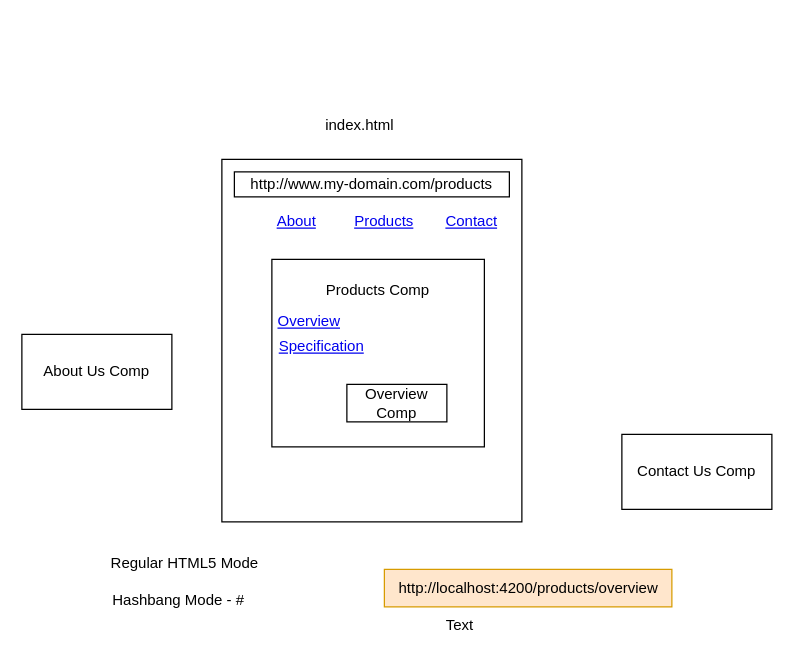
The draw.io diagram page "Page-9" (8 of 8) of refs/ng-diagrams.drawio in synergy2411/dec-24-ng, before the edit. Source tidied: cells renumbered, new cells numbered last; positions are measured from the earlier drawing's top-left corner, leaving out a move shared by most shapes. Both pictures are drawn from the tidied source at 125%, with x=0, y=0 at pixel (21, 106).
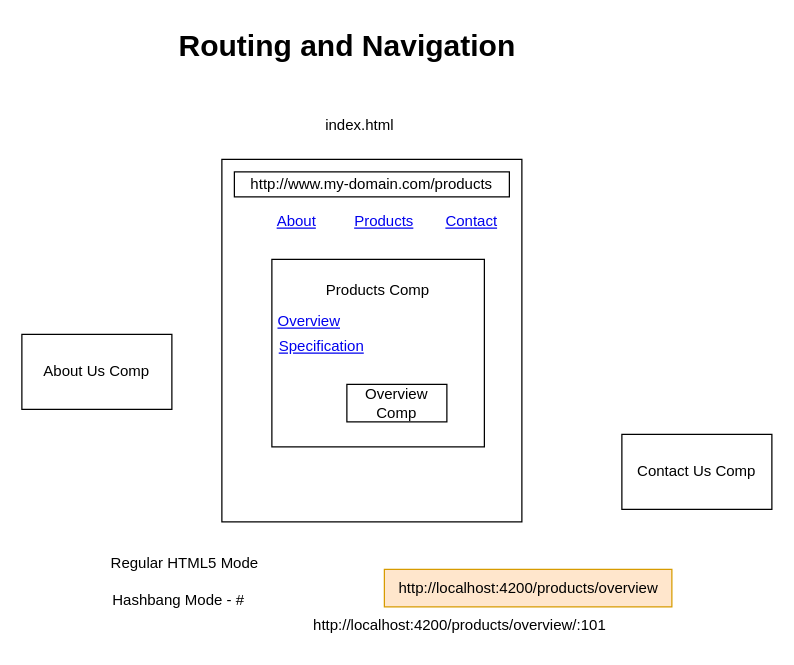
Above is the later version.

Diff of the diagram source:
```diff
@@
 <mxGraphModel>
   <root>
     <mxCell id="0" />
     <mxCell id="1" parent="0" />
     <mxCell id="2" style="rounded=0;whiteSpace=wrap;html=1;" parent="1" vertex="1">
       <mxGeometry x="160" y="42" width="240" height="290" as="geometry" />
     </mxCell>
     <mxCell id="3" value="http://www.my-domain.com/products" style="rounded=0;whiteSpace=wrap;html=1;" parent="1" vertex="1">
       <mxGeometry x="170" y="52" width="220" height="20" as="geometry" />
     </mxCell>
     <mxCell id="4" value="index.html" style="text;html=1;align=center;verticalAlign=middle;strokeColor=none;fillColor=none;" parent="1" vertex="1">
       <mxGeometry x="230" width="80" height="30" as="geometry" />
     </mxCell>
     <mxCell id="5" value="About Us Comp" style="rounded=0;whiteSpace=wrap;html=1;" parent="1" vertex="1">
       <mxGeometry y="182" width="120" height="60" as="geometry" />
     </mxCell>
     <mxCell id="6" value="Products Comp&lt;div&gt;&lt;br&gt;&lt;/div&gt;&lt;div&gt;&lt;br&gt;&lt;/div&gt;&lt;div&gt;&lt;br&gt;&lt;/div&gt;&lt;div&gt;&lt;br&gt;&lt;/div&gt;&lt;div&gt;&lt;br&gt;&lt;/div&gt;&lt;div&gt;&lt;br&gt;&lt;/div&gt;&lt;div&gt;&lt;br&gt;&lt;/div&gt;" style="rounded=0;whiteSpace=wrap;html=1;" parent="1" vertex="1">
       <mxGeometry x="200" y="122" width="170" height="150" as="geometry" />
     </mxCell>
     <mxCell id="7" value="Contact Us Comp" style="rounded=0;whiteSpace=wrap;html=1;" parent="1" vertex="1">
       <mxGeometry x="480" y="262" width="120" height="60" as="geometry" />
     </mxCell>
     <mxCell id="8" value="About" style="text;html=1;strokeColor=none;fillColor=none;whiteSpace=wrap;align=center;verticalAlign=middle;fontColor=#0000EE;fontStyle=4;" parent="1" vertex="1">
       <mxGeometry x="190" y="72" width="60" height="40" as="geometry" />
     </mxCell>
     <mxCell id="9" value="Products" style="text;html=1;strokeColor=none;fillColor=none;whiteSpace=wrap;align=center;verticalAlign=middle;fontColor=#0000EE;fontStyle=4;" parent="1" vertex="1">
       <mxGeometry x="260" y="72" width="60" height="40" as="geometry" />
     </mxCell>
     <mxCell id="10" value="Contact" style="text;html=1;strokeColor=none;fillColor=none;whiteSpace=wrap;align=center;verticalAlign=middle;fontColor=#0000EE;fontStyle=4;" parent="1" vertex="1">
       <mxGeometry x="330" y="72" width="60" height="40" as="geometry" />
     </mxCell>
     <mxCell id="11" value="Regular HTML5 Mode" style="text;html=1;align=center;verticalAlign=middle;strokeColor=none;fillColor=none;" parent="1" vertex="1">
       <mxGeometry x="60" y="350" width="140" height="30" as="geometry" />
     </mxCell>
     <mxCell id="12" value="Hashbang Mode - #" style="text;html=1;align=center;verticalAlign=middle;strokeColor=none;fillColor=none;" parent="1" vertex="1">
       <mxGeometry x="60" y="380" width="130" height="30" as="geometry" />
     </mxCell>
     <mxCell id="13" value="Overview" style="text;html=1;strokeColor=none;fillColor=none;whiteSpace=wrap;align=center;verticalAlign=middle;fontColor=#0000EE;fontStyle=4;" parent="1" vertex="1">
       <mxGeometry x="200" y="152" width="60" height="40" as="geometry" />
     </mxCell>
     <mxCell id="14" value="Specification" style="text;html=1;strokeColor=none;fillColor=none;whiteSpace=wrap;align=center;verticalAlign=middle;fontColor=#0000EE;fontStyle=4;" parent="1" vertex="1">
       <mxGeometry x="210" y="172" width="60" height="40" as="geometry" />
     </mxCell>
     <mxCell id="15" value="http://localhost:4200/products/overview" style="text;html=1;align=center;verticalAlign=middle;strokeColor=#d79b00;fillColor=#ffe6cc;" parent="1" vertex="1">
       <mxGeometry x="290" y="370" width="230" height="30" as="geometry" />
     </mxCell>
     <mxCell id="16" value="Overview Comp" style="rounded=0;whiteSpace=wrap;html=1;" parent="1" vertex="1">
       <mxGeometry x="260" y="222" width="80" height="30" as="geometry" />
     </mxCell>
-    <mxCell id="17" value="Text" style="text;html=1;align=center;verticalAlign=middle;strokeColor=none;fillColor=none;" parent="1" vertex="1">
-      <mxGeometry x="325" y="400" width="50" height="30" as="geometry" />
+    <mxCell id="17" value="http://localhost:4200/products/overview/:101" style="text;html=1;align=center;verticalAlign=middle;strokeColor=none;fillColor=none;" parent="1" vertex="1">
+      <mxGeometry x="220" y="400" width="260" height="30" as="geometry" />
     </mxCell>
+    <mxCell id="18" value="Routing and Navigation" style="text;strokeColor=none;fillColor=none;html=1;fontSize=24;fontStyle=1;verticalAlign=middle;align=center;" parent="1" vertex="1">
+      <mxGeometry x="210" y="-68" width="100" height="40" as="geometry" />
+    </mxCell>
   </root>
 </mxGraphModel>
```
